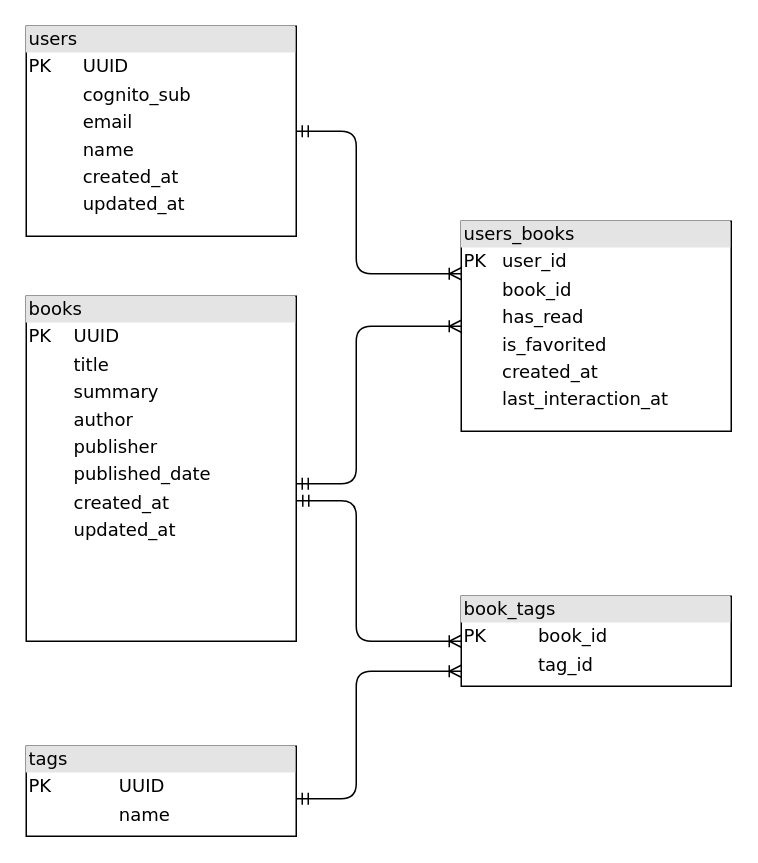
Earlier version of the draw.io diagram project-book/ProjectBook.drawio (chungchihhan/drawio-bucket). Source tidied: cells renumbered, new cells numbered last; positions are measured from the earlier drawing's top-left corner, leaving out a move shared by most shapes. Both pictures are drawn from the tidied source at 150%, with x=0, y=0 at pixel (26, 26).
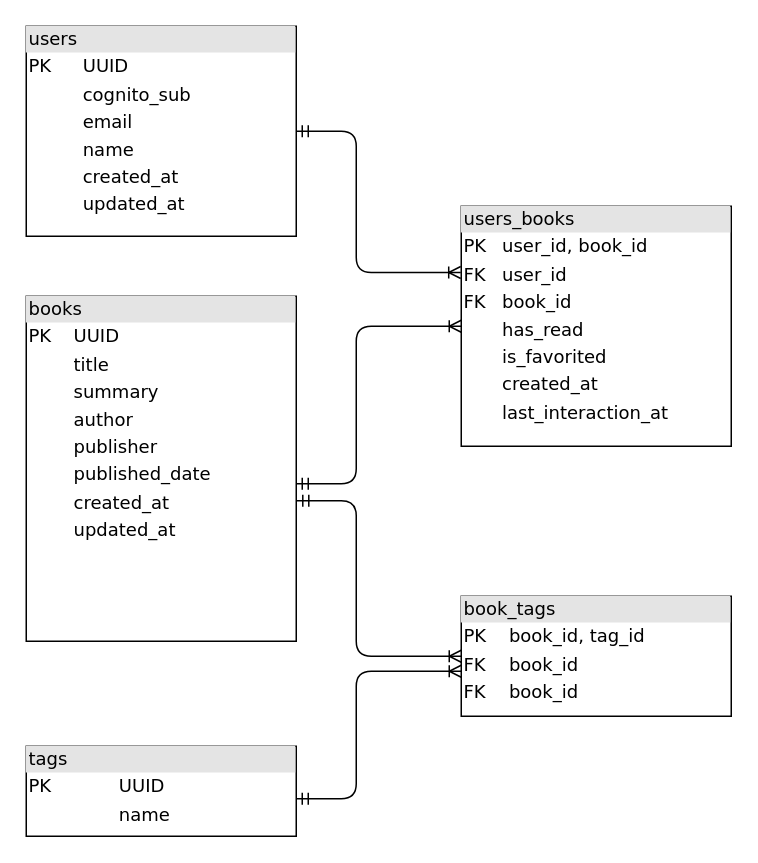
The same diagram, later.

Change to the diagram source:
```diff
@@
 <mxGraphModel>
   <root>
     <mxCell id="0" />
     <mxCell id="1" parent="0" />
     <mxCell id="2" value="&lt;div style=&quot;box-sizing: border-box; width: 100%; background: rgb(228, 228, 228); padding: 2px;&quot;&gt;users&lt;/div&gt;&lt;table style=&quot;width:100%;font-size:1em;&quot; cellpadding=&quot;2&quot; cellspacing=&quot;0&quot;&gt;&lt;tbody&gt;&lt;tr&gt;&lt;td&gt;PK&lt;/td&gt;&lt;td&gt;UUID&lt;/td&gt;&lt;/tr&gt;&lt;tr&gt;&lt;td&gt;&lt;br&gt;&lt;/td&gt;&lt;td&gt;cognito_sub&lt;/td&gt;&lt;/tr&gt;&lt;tr&gt;&lt;td&gt;&lt;br&gt;&lt;/td&gt;&lt;td&gt;email&lt;/td&gt;&lt;/tr&gt;&lt;tr&gt;&lt;td&gt;&lt;br&gt;&lt;/td&gt;&lt;td&gt;name&lt;br&gt;&lt;/td&gt;&lt;/tr&gt;&lt;tr&gt;&lt;td&gt;&lt;br&gt;&lt;/td&gt;&lt;td&gt;created_at&lt;/td&gt;&lt;/tr&gt;&lt;tr&gt;&lt;td&gt;&lt;br&gt;&lt;/td&gt;&lt;td&gt;updated_at&lt;/td&gt;&lt;/tr&gt;&lt;/tbody&gt;&lt;/table&gt;" style="verticalAlign=top;align=left;overflow=fill;html=1;rounded=0;shadow=0;comic=0;labelBackgroundColor=none;strokeWidth=1;fontFamily=Verdana;fontSize=12;" parent="1" vertex="1">
       <mxGeometry width="180" height="140" as="geometry" />
     </mxCell>
-    <mxCell id="3" style="edgeStyle=orthogonalEdgeStyle;html=1;endArrow=ERoneToMany;startArrow=ERmandOne;labelBackgroundColor=none;fontFamily=Verdana;fontSize=12;align=left;exitX=1;exitY=0.5;exitDx=0;exitDy=0;entryX=0;entryY=0.25;entryDx=0;entryDy=0;fontColor=default;" parent="1" edge="1" source="2" target="7">
+    <mxCell id="3" style="edgeStyle=orthogonalEdgeStyle;html=1;endArrow=ERoneToMany;startArrow=ERmandOne;labelBackgroundColor=none;fontFamily=Verdana;fontSize=12;align=left;exitX=1;exitY=0.5;exitDx=0;exitDy=0;entryX=-0.002;entryY=0.276;entryDx=0;entryDy=0;fontColor=default;entryPerimeter=0;" parent="1" edge="1" source="2" target="7">
       <mxGeometry relative="1" as="geometry">
         <Array as="points">
           <mxPoint x="220" y="70" />
-          <mxPoint x="220" y="165" />
+          <mxPoint x="220" y="164" />
         </Array>
       </mxGeometry>
     </mxCell>
     <mxCell id="4" value="&lt;div style=&quot;box-sizing: border-box; width: 100%; background: rgb(228, 228, 228); padding: 2px;&quot;&gt;books&lt;/div&gt;&lt;table style=&quot;width:100%;font-size:1em;&quot; cellpadding=&quot;2&quot; cellspacing=&quot;0&quot;&gt;&lt;tbody&gt;&lt;tr&gt;&lt;td&gt;PK&lt;/td&gt;&lt;td&gt;UUID&lt;/td&gt;&lt;/tr&gt;&lt;tr&gt;&lt;td&gt;&lt;br&gt;&lt;/td&gt;&lt;td&gt;title&lt;/td&gt;&lt;/tr&gt;&lt;tr&gt;&lt;td&gt;&lt;/td&gt;&lt;td&gt;summary&lt;/td&gt;&lt;/tr&gt;&lt;tr&gt;&lt;td&gt;&lt;br&gt;&lt;/td&gt;&lt;td&gt;author&lt;/td&gt;&lt;/tr&gt;&lt;tr&gt;&lt;td&gt;&lt;br&gt;&lt;/td&gt;&lt;td&gt;publisher&lt;/td&gt;&lt;/tr&gt;&lt;tr&gt;&lt;td&gt;&lt;br&gt;&lt;/td&gt;&lt;td&gt;published_date&lt;br&gt;&lt;/td&gt;&lt;/tr&gt;&lt;tr&gt;&lt;td&gt;&lt;br&gt;&lt;/td&gt;&lt;td&gt;created_at&lt;br&gt;&lt;/td&gt;&lt;/tr&gt;&lt;tr&gt;&lt;td&gt;&lt;br&gt;&lt;/td&gt;&lt;td&gt;updated_at&lt;/td&gt;&lt;/tr&gt;&lt;/tbody&gt;&lt;/table&gt;" style="verticalAlign=top;align=left;overflow=fill;html=1;rounded=0;shadow=0;comic=0;labelBackgroundColor=none;strokeWidth=1;fontFamily=Verdana;fontSize=12;" parent="1" vertex="1">
       <mxGeometry y="180" width="180" height="230" as="geometry" />
     </mxCell>
     <mxCell id="5" style="edgeStyle=orthogonalEdgeStyle;html=1;endArrow=ERoneToMany;startArrow=ERmandOne;labelBackgroundColor=none;fontFamily=Verdana;fontSize=12;align=left;entryX=0;entryY=0.5;entryDx=0;entryDy=0;fontColor=default;" parent="1" edge="1" source="4" target="7">
       <mxGeometry relative="1" as="geometry">
         <Array as="points">
           <mxPoint x="220" y="305" />
           <mxPoint x="220" y="200" />
         </Array>
       </mxGeometry>
     </mxCell>
     <mxCell id="6" style="edgeStyle=orthogonalEdgeStyle;rounded=0;orthogonalLoop=1;jettySize=auto;html=1;exitX=0.5;exitY=1;exitDx=0;exitDy=0;labelBackgroundColor=none;fontColor=default;" parent="1" edge="1" source="4" target="4">
       <mxGeometry relative="1" as="geometry" />
     </mxCell>
-    <mxCell id="7" value="&lt;div style=&quot;box-sizing: border-box; width: 100%; background: rgb(228, 228, 228); padding: 2px;&quot;&gt;users_books&lt;/div&gt;&lt;table style=&quot;width:100%;font-size:1em;&quot; cellpadding=&quot;2&quot; cellspacing=&quot;0&quot;&gt;&lt;tbody&gt;&lt;tr&gt;&lt;td&gt;PK&lt;/td&gt;&lt;td&gt;user_id&lt;/td&gt;&lt;/tr&gt;&lt;tr&gt;&lt;td&gt;&lt;br&gt;&lt;/td&gt;&lt;td&gt;book_id&lt;/td&gt;&lt;/tr&gt;&lt;tr&gt;&lt;td&gt;&lt;br&gt;&lt;/td&gt;&lt;td&gt;has_read&lt;/td&gt;&lt;/tr&gt;&lt;tr&gt;&lt;td&gt;&lt;br&gt;&lt;/td&gt;&lt;td&gt;is_favorited&lt;/td&gt;&lt;/tr&gt;&lt;tr&gt;&lt;td&gt;&lt;br&gt;&lt;/td&gt;&lt;td&gt;created_at&lt;/td&gt;&lt;/tr&gt;&lt;tr&gt;&lt;td&gt;&lt;br&gt;&lt;/td&gt;&lt;td&gt;last_interaction_at&lt;/td&gt;&lt;/tr&gt;&lt;/tbody&gt;&lt;/table&gt;" style="verticalAlign=top;align=left;overflow=fill;html=1;rounded=0;shadow=0;comic=0;labelBackgroundColor=none;strokeWidth=1;fontFamily=Verdana;fontSize=12;" parent="1" vertex="1">
-      <mxGeometry x="290" y="130" width="180" height="140" as="geometry" />
+    <mxCell id="7" value="&lt;div style=&quot;box-sizing: border-box; width: 100%; background: rgb(228, 228, 228); padding: 2px;&quot;&gt;users_books&lt;/div&gt;&lt;table style=&quot;width:100%;font-size:1em;&quot; cellpadding=&quot;2&quot; cellspacing=&quot;0&quot;&gt;&lt;tbody&gt;&lt;tr&gt;&lt;td&gt;PK&lt;/td&gt;&lt;td&gt;user_id, book_id&lt;/td&gt;&lt;/tr&gt;&lt;tr&gt;&lt;td&gt;FK&lt;/td&gt;&lt;td&gt;user_id&lt;/td&gt;&lt;/tr&gt;&lt;tr&gt;&lt;td&gt;FK&lt;/td&gt;&lt;td&gt;book_id&lt;/td&gt;&lt;/tr&gt;&lt;tr&gt;&lt;td&gt;&lt;br&gt;&lt;/td&gt;&lt;td&gt;has_read&lt;/td&gt;&lt;/tr&gt;&lt;tr&gt;&lt;td&gt;&lt;br&gt;&lt;/td&gt;&lt;td&gt;is_favorited&lt;/td&gt;&lt;/tr&gt;&lt;tr&gt;&lt;td&gt;&lt;br&gt;&lt;/td&gt;&lt;td&gt;created_at&lt;/td&gt;&lt;/tr&gt;&lt;tr&gt;&lt;td&gt;&lt;br&gt;&lt;/td&gt;&lt;td&gt;last_interaction_at&lt;/td&gt;&lt;/tr&gt;&lt;/tbody&gt;&lt;/table&gt;" style="verticalAlign=top;align=left;overflow=fill;html=1;rounded=0;shadow=0;comic=0;labelBackgroundColor=none;strokeWidth=1;fontFamily=Verdana;fontSize=12;" parent="1" vertex="1">
+      <mxGeometry x="290" y="120" width="180" height="160" as="geometry" />
     </mxCell>
-    <mxCell id="8" value="&lt;div style=&quot;box-sizing: border-box; width: 100%; background: rgb(228, 228, 228); padding: 2px;&quot;&gt;book_tags&lt;/div&gt;&lt;table style=&quot;width:100%;font-size:1em;&quot; cellpadding=&quot;2&quot; cellspacing=&quot;0&quot;&gt;&lt;tbody&gt;&lt;tr&gt;&lt;td&gt;PK&lt;/td&gt;&lt;td&gt;book_id&lt;/td&gt;&lt;/tr&gt;&lt;tr&gt;&lt;td&gt;&lt;br&gt;&lt;/td&gt;&lt;td&gt;tag_id&lt;/td&gt;&lt;/tr&gt;&lt;/tbody&gt;&lt;/table&gt;" style="verticalAlign=top;align=left;overflow=fill;html=1;rounded=0;shadow=0;comic=0;labelBackgroundColor=none;strokeWidth=1;fontFamily=Verdana;fontSize=12;" parent="1" vertex="1">
-      <mxGeometry x="290" y="380" width="180" height="60" as="geometry" />
+    <mxCell id="8" value="&lt;div style=&quot;box-sizing: border-box; width: 100%; background: rgb(228, 228, 228); padding: 2px;&quot;&gt;book_tags&lt;/div&gt;&lt;table style=&quot;width:100%;font-size:1em;&quot; cellpadding=&quot;2&quot; cellspacing=&quot;0&quot;&gt;&lt;tbody&gt;&lt;tr&gt;&lt;td&gt;PK&lt;/td&gt;&lt;td&gt;book_id, tag_id&lt;/td&gt;&lt;/tr&gt;&lt;tr&gt;&lt;td&gt;FK&lt;/td&gt;&lt;td&gt;book_id&lt;/td&gt;&lt;/tr&gt;&lt;tr&gt;&lt;td&gt;FK&lt;/td&gt;&lt;td&gt;book_id&lt;/td&gt;&lt;/tr&gt;&lt;/tbody&gt;&lt;/table&gt;" style="verticalAlign=top;align=left;overflow=fill;html=1;rounded=0;shadow=0;comic=0;labelBackgroundColor=none;strokeWidth=1;fontFamily=Verdana;fontSize=12;" parent="1" vertex="1">
+      <mxGeometry x="290" y="380" width="180" height="80" as="geometry" />
     </mxCell>
     <mxCell id="9" value="&lt;div style=&quot;box-sizing: border-box; width: 100%; background: rgb(228, 228, 228); padding: 2px;&quot;&gt;tags&lt;/div&gt;&lt;table style=&quot;width:100%;font-size:1em;&quot; cellpadding=&quot;2&quot; cellspacing=&quot;0&quot;&gt;&lt;tbody&gt;&lt;tr&gt;&lt;td&gt;PK&lt;/td&gt;&lt;td&gt;UUID&lt;/td&gt;&lt;/tr&gt;&lt;tr&gt;&lt;td&gt;&lt;br&gt;&lt;/td&gt;&lt;td&gt;name&lt;/td&gt;&lt;/tr&gt;&lt;/tbody&gt;&lt;/table&gt;" style="verticalAlign=top;align=left;overflow=fill;html=1;rounded=0;shadow=0;comic=0;labelBackgroundColor=none;strokeWidth=1;fontFamily=Verdana;fontSize=12;" parent="1" vertex="1">
       <mxGeometry y="480" width="180" height="60" as="geometry" />
     </mxCell>
     <mxCell id="10" style="edgeStyle=orthogonalEdgeStyle;html=1;endArrow=ERoneToMany;startArrow=ERmandOne;labelBackgroundColor=none;fontFamily=Verdana;fontSize=12;align=left;fontColor=default;" parent="1" edge="1" source="9">
       <mxGeometry relative="1" as="geometry">
         <mxPoint x="290" y="430" as="targetPoint" />
         <Array as="points">
           <mxPoint x="220" y="515" />
           <mxPoint x="220" y="430" />
           <mxPoint x="290" y="430" />
         </Array>
       </mxGeometry>
     </mxCell>
     <mxCell id="11" style="edgeStyle=orthogonalEdgeStyle;html=1;endArrow=ERoneToMany;startArrow=ERmandOne;labelBackgroundColor=none;fontFamily=Verdana;fontSize=12;align=left;entryX=0;entryY=0.5;entryDx=0;entryDy=0;exitX=1.002;exitY=0.593;exitDx=0;exitDy=0;exitPerimeter=0;fontColor=default;" parent="1" edge="1" source="4" target="8">
       <mxGeometry relative="1" as="geometry">
         <Array as="points">
           <mxPoint x="220" y="316" />
-          <mxPoint x="220" y="410" />
+          <mxPoint x="220" y="420" />
         </Array>
       </mxGeometry>
     </mxCell>
   </root>
 </mxGraphModel>
```
